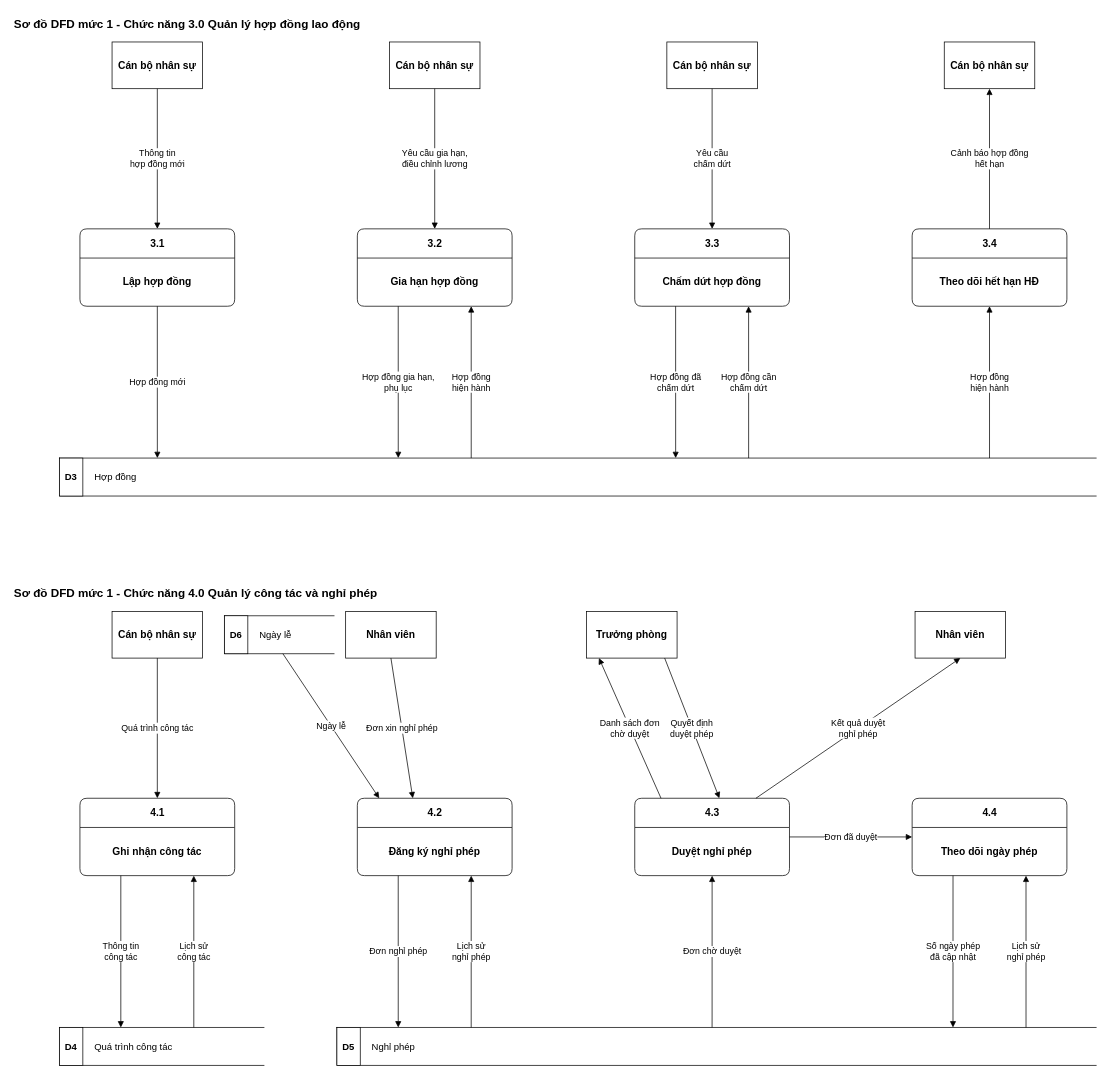
This is page "DFD muc 1 (3.0)" (6 of 10) of diagrams/bfd-dfd.drawio from ninhduo263/human-resource-management-system, a draw.io file, before an edit. Source tidied: cells renumbered, new cells numbered last; positions are measured from the earlier drawing's top-left corner, leaving out a move shared by most shapes. Both pictures are drawn from the tidied source at 73%, with x=0, y=0 at pixel (12, 12).
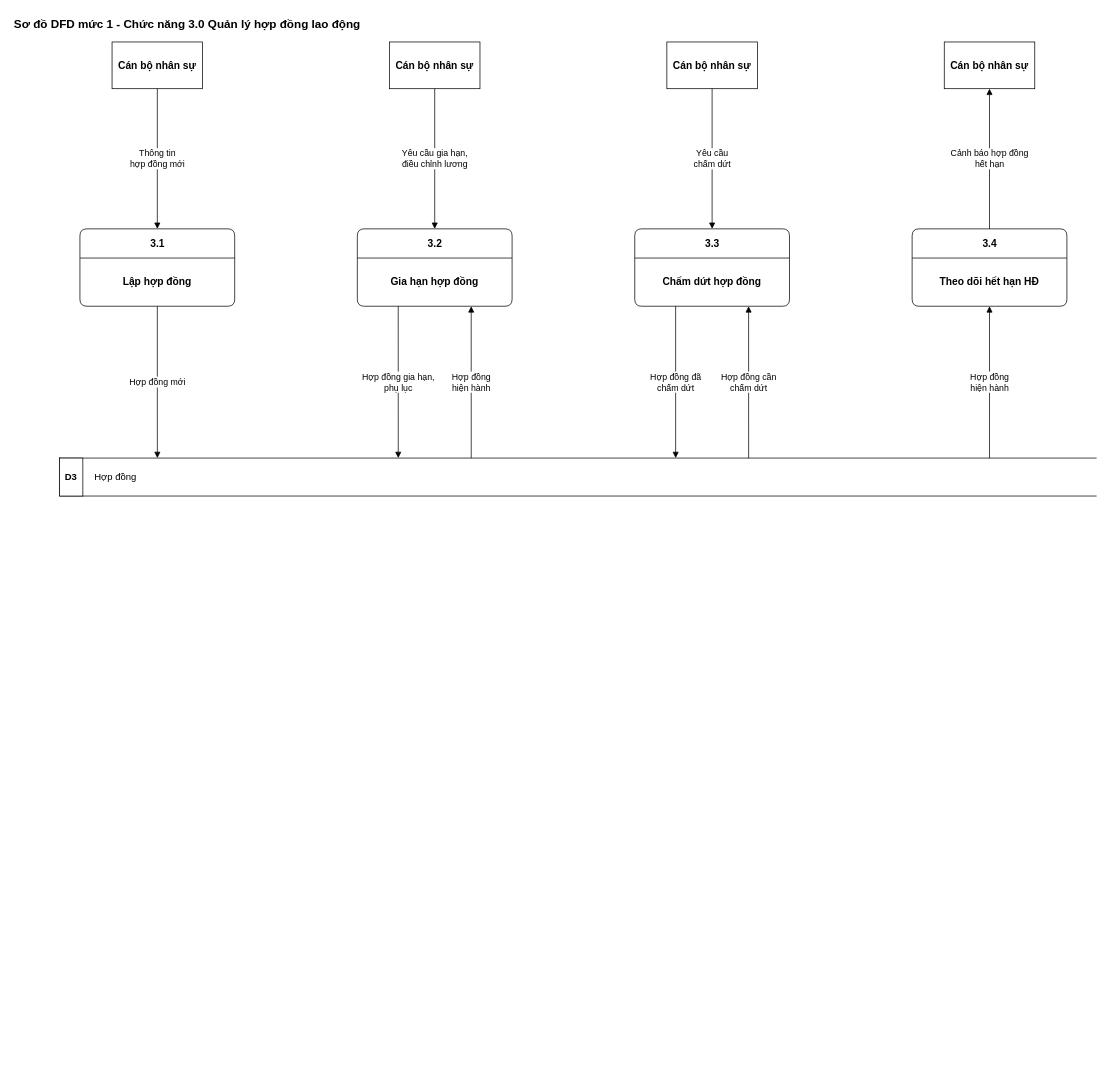
The same page after the edit.

What changed in the source:
```diff
@@
-    <mxCell id="27" value="Sơ đồ DFD mức 1 - Chức năng 4.0 Quản lý công tác và nghỉ phép" style="text;html=1;align=left;verticalAlign=middle;fontStyle=1;fontSize=16;fontFamily=Helvetica;" parent="1" vertex="1">
-      <mxGeometry y="780" width="900" height="30" as="geometry" />
-    </mxCell>
-    <mxCell id="28" value="4.1" style="swimlane;rounded=1;arcSize=8;startSize=40;html=1;fillColor=#FFFFFF;swimlaneFillColor=#FFFFFF;strokeColor=#000000;fontStyle=1;fontSize=14;fontFamily=Helvetica;" parent="1" vertex="1">
-      <mxGeometry x="92" y="1076" width="212" height="106" as="geometry" />
-    </mxCell>
-    <mxCell id="29" value="Ghi nhận công tác" style="text;html=1;align=center;verticalAlign=middle;whiteSpace=wrap;fontStyle=1;fontSize=14;fontFamily=Helvetica;" parent="28" vertex="1">
-      <mxGeometry y="40" width="212" height="66" as="geometry" />
-    </mxCell>
-    <mxCell id="30" value="4.2" style="swimlane;rounded=1;arcSize=8;startSize=40;html=1;fillColor=#FFFFFF;swimlaneFillColor=#FFFFFF;strokeColor=#000000;fontStyle=1;fontSize=14;fontFamily=Helvetica;" parent="1" vertex="1">
-      <mxGeometry x="472" y="1076" width="212" height="106" as="geometry" />
-    </mxCell>
-    <mxCell id="31" value="Đăng ký nghỉ phép" style="text;html=1;align=center;verticalAlign=middle;whiteSpace=wrap;fontStyle=1;fontSize=14;fontFamily=Helvetica;" parent="30" vertex="1">
-      <mxGeometry y="40" width="212" height="66" as="geometry" />
-    </mxCell>
-    <mxCell id="32" value="4.3" style="swimlane;rounded=1;arcSize=8;startSize=40;html=1;fillColor=#FFFFFF;swimlaneFillColor=#FFFFFF;strokeColor=#000000;fontStyle=1;fontSize=14;fontFamily=Helvetica;" parent="1" vertex="1">
-      <mxGeometry x="852" y="1076" width="212" height="106" as="geometry" />
-    </mxCell>
-    <mxCell id="33" value="Duyệt nghỉ phép" style="text;html=1;align=center;verticalAlign=middle;whiteSpace=wrap;fontStyle=1;fontSize=14;fontFamily=Helvetica;" parent="32" vertex="1">
-      <mxGeometry y="40" width="212" height="66" as="geometry" />
-    </mxCell>
-    <mxCell id="34" value="4.4" style="swimlane;rounded=1;arcSize=8;startSize=40;html=1;fillColor=#FFFFFF;swimlaneFillColor=#FFFFFF;strokeColor=#000000;fontStyle=1;fontSize=14;fontFamily=Helvetica;" parent="1" vertex="1">
-      <mxGeometry x="1232" y="1076" width="212" height="106" as="geometry" />
-    </mxCell>
-    <mxCell id="35" value="Theo dõi ngày phép" style="text;html=1;align=center;verticalAlign=middle;whiteSpace=wrap;fontStyle=1;fontSize=14;fontFamily=Helvetica;" parent="34" vertex="1">
-      <mxGeometry y="40" width="212" height="66" as="geometry" />
-    </mxCell>
-    <mxCell id="36" value="Cán bộ nhân sự" style="rounded=0;whiteSpace=wrap;html=1;fontStyle=1;fontSize=14;strokeColor=#000000;fillColor=#FFFFFF;fontFamily=Helvetica;" parent="1" vertex="1">
-      <mxGeometry x="136" y="820" width="124" height="64" as="geometry" />
-    </mxCell>
-    <mxCell id="37" value="Nhân viên" style="rounded=0;whiteSpace=wrap;html=1;fontStyle=1;fontSize=14;strokeColor=#000000;fillColor=#FFFFFF;fontFamily=Helvetica;" parent="1" vertex="1">
-      <mxGeometry x="456" y="820" width="124" height="64" as="geometry" />
-    </mxCell>
-    <mxCell id="38" value="Trưởng phòng" style="rounded=0;whiteSpace=wrap;html=1;fontStyle=1;fontSize=14;strokeColor=#000000;fillColor=#FFFFFF;fontFamily=Helvetica;" parent="1" vertex="1">
-      <mxGeometry x="786" y="820" width="124" height="64" as="geometry" />
-    </mxCell>
-    <mxCell id="39" value="Nhân viên" style="rounded=0;whiteSpace=wrap;html=1;fontStyle=1;fontSize=14;strokeColor=#000000;fillColor=#FFFFFF;fontFamily=Helvetica;" parent="1" vertex="1">
-      <mxGeometry x="1236" y="820" width="124" height="64" as="geometry" />
-    </mxCell>
-    <mxCell id="40" value="Quá trình công tác" style="shape=partialRectangle;whiteSpace=wrap;html=1;right=0;align=left;spacingLeft=46;fillColor=#FFFFFF;strokeColor=#000000;fontSize=13;fontFamily=Helvetica;" parent="1" vertex="1">
-      <mxGeometry x="64" y="1390" width="280" height="52" as="geometry" />
-    </mxCell>
-    <mxCell id="41" value="D4" style="rounded=0;whiteSpace=wrap;html=1;fillColor=#FFFFFF;strokeColor=#000000;fontStyle=1;fontSize=13;fontFamily=Helvetica;" parent="1" vertex="1">
-      <mxGeometry x="64" y="1390" width="32" height="52" as="geometry" />
-    </mxCell>
-    <mxCell id="42" value="Nghỉ phép" style="shape=partialRectangle;whiteSpace=wrap;html=1;right=0;align=left;spacingLeft=46;fillColor=#FFFFFF;strokeColor=#000000;fontSize=13;fontFamily=Helvetica;" parent="1" vertex="1">
-      <mxGeometry x="444" y="1390" width="1040" height="52" as="geometry" />
-    </mxCell>
-    <mxCell id="43" value="D5" style="rounded=0;whiteSpace=wrap;html=1;fillColor=#FFFFFF;strokeColor=#000000;fontStyle=1;fontSize=13;fontFamily=Helvetica;" parent="1" vertex="1">
-      <mxGeometry x="444" y="1390" width="32" height="52" as="geometry" />
-    </mxCell>
-    <mxCell id="44" value="Quá trình công tác" style="endArrow=block;endFill=1;html=1;rounded=0;fontSize=12;labelBackgroundColor=#FFFFFF;fontFamily=Helvetica;exitX=0.5;exitY=1.0;entryX=0.5;entryY=0.0;exitDx=0;exitDy=0;entryDx=0;entryDy=0;" parent="1" edge="1" source="36" target="28">
-      <mxGeometry relative="1" as="geometry" />
-    </mxCell>
-    <mxCell id="45" value="Đơn xin nghỉ phép" style="endArrow=block;endFill=1;html=1;rounded=0;fontSize=12;labelBackgroundColor=#FFFFFF;fontFamily=Helvetica;exitX=0.5;exitY=1.0;entryX=0.3585;entryY=0.0;exitDx=0;exitDy=0;entryDx=0;entryDy=0;" parent="1" edge="1" source="37" target="30">
-      <mxGeometry relative="1" as="geometry" />
-    </mxCell>
-    <mxCell id="46" value="Danh sách đơn&#10;chờ duyệt" style="endArrow=block;endFill=1;html=1;rounded=0;fontSize=12;labelBackgroundColor=#FFFFFF;fontFamily=Helvetica;exitX=0.1698;exitY=0.0;entryX=0.1371;entryY=1.0;exitDx=0;exitDy=0;entryDx=0;entryDy=0;" parent="1" edge="1" source="32" target="38">
-      <mxGeometry relative="1" as="geometry" />
-    </mxCell>
-    <mxCell id="47" value="Quyết định&#10;duyệt phép" style="endArrow=block;endFill=1;html=1;rounded=0;fontSize=12;labelBackgroundColor=#FFFFFF;fontFamily=Helvetica;exitX=0.8629;exitY=1.0;entryX=0.5472;entryY=0.0;exitDx=0;exitDy=0;entryDx=0;entryDy=0;" parent="1" edge="1" source="38" target="32">
-      <mxGeometry relative="1" as="geometry" />
-    </mxCell>
-    <mxCell id="48" value="Kết quả duyệt&#10;nghỉ phép" style="endArrow=block;endFill=1;html=1;rounded=0;fontSize=12;labelBackgroundColor=#FFFFFF;fontFamily=Helvetica;exitX=0.783;exitY=0.0;entryX=0.5;entryY=1.0;exitDx=0;exitDy=0;entryDx=0;entryDy=0;" parent="1" edge="1" source="32" target="39">
-      <mxGeometry relative="1" as="geometry" />
-    </mxCell>
-    <mxCell id="49" value="Thông tin&#10;công tác" style="endArrow=block;endFill=1;html=1;rounded=0;fontSize=12;labelBackgroundColor=#FFFFFF;fontFamily=Helvetica;exitX=0.2642;exitY=1.0;entryX=0.3;entryY=0.0;exitDx=0;exitDy=0;entryDx=0;entryDy=0;" parent="1" edge="1" source="28" target="40">
-      <mxGeometry relative="1" as="geometry" />
-    </mxCell>
-    <mxCell id="50" value="Lịch sử&#10;công tác" style="endArrow=block;endFill=1;html=1;rounded=0;fontSize=12;labelBackgroundColor=#FFFFFF;fontFamily=Helvetica;exitX=0.6571;exitY=0.0;entryX=0.7358;entryY=1.0;exitDx=0;exitDy=0;entryDx=0;entryDy=0;" parent="1" edge="1" source="40" target="28">
-      <mxGeometry relative="1" as="geometry" />
-    </mxCell>
-    <mxCell id="51" value="Đơn nghỉ phép" style="endArrow=block;endFill=1;html=1;rounded=0;fontSize=12;labelBackgroundColor=#FFFFFF;fontFamily=Helvetica;exitX=0.2642;exitY=1.0;entryX=0.0808;entryY=0.0;exitDx=0;exitDy=0;entryDx=0;entryDy=0;" parent="1" edge="1" source="30" target="42">
-      <mxGeometry relative="1" as="geometry" />
-    </mxCell>
-    <mxCell id="52" value="Lịch sử&#10;nghỉ phép" style="endArrow=block;endFill=1;html=1;rounded=0;fontSize=12;labelBackgroundColor=#FFFFFF;fontFamily=Helvetica;exitX=0.1769;exitY=0.0;entryX=0.7358;entryY=1.0;exitDx=0;exitDy=0;entryDx=0;entryDy=0;" parent="1" edge="1" source="42" target="30">
-      <mxGeometry relative="1" as="geometry" />
-    </mxCell>
-    <mxCell id="53" value="Đơn chờ duyệt" style="endArrow=block;endFill=1;html=1;rounded=0;fontSize=12;labelBackgroundColor=#FFFFFF;fontFamily=Helvetica;exitX=0.4942;exitY=0.0;entryX=0.5;entryY=1.0;exitDx=0;exitDy=0;entryDx=0;entryDy=0;" parent="1" edge="1" source="42" target="32">
-      <mxGeometry relative="1" as="geometry" />
-    </mxCell>
-    <mxCell id="54" value="Đơn đã duyệt" style="endArrow=block;endFill=1;html=1;rounded=0;fontSize=12;labelBackgroundColor=#FFFFFF;fontFamily=Helvetica;exitX=1.0;exitY=0.5;entryX=0.0;entryY=0.5;exitDx=0;exitDy=0;entryDx=0;entryDy=0;" parent="1" edge="1" source="32" target="34">
-      <mxGeometry relative="1" as="geometry" />
-    </mxCell>
-    <mxCell id="55" value="Số ngày phép&#10;đã cập nhật" style="endArrow=block;endFill=1;html=1;rounded=0;fontSize=12;labelBackgroundColor=#FFFFFF;fontFamily=Helvetica;exitX=0.2642;exitY=1.0;entryX=0.8115;entryY=0.0;exitDx=0;exitDy=0;entryDx=0;entryDy=0;" parent="1" edge="1" source="34" target="42">
-      <mxGeometry relative="1" as="geometry" />
-    </mxCell>
-    <mxCell id="56" value="Lịch sử&#10;nghỉ phép" style="endArrow=block;endFill=1;html=1;rounded=0;fontSize=12;labelBackgroundColor=#FFFFFF;fontFamily=Helvetica;exitX=0.9077;exitY=0.0;entryX=0.7358;entryY=1.0;exitDx=0;exitDy=0;entryDx=0;entryDy=0;" parent="1" edge="1" source="42" target="34">
-      <mxGeometry relative="1" as="geometry" />
-    </mxCell>
-    <mxCell id="57" value="Ngày lễ" style="shape=partialRectangle;whiteSpace=wrap;html=1;right=0;align=left;spacingLeft=46;fillColor=#FFFFFF;strokeColor=#000000;fontSize=13;fontFamily=Helvetica;" parent="1" vertex="1">
-      <mxGeometry x="290" y="826" width="150" height="52" as="geometry" />
-    </mxCell>
-    <mxCell id="58" value="D6" style="rounded=0;whiteSpace=wrap;html=1;fillColor=#FFFFFF;strokeColor=#000000;fontStyle=1;fontSize=13;fontFamily=Helvetica;" parent="1" vertex="1">
-      <mxGeometry x="290" y="826" width="32" height="52" as="geometry" />
-    </mxCell>
-    <mxCell id="59" value="Ngày lễ" style="endArrow=block;endFill=1;html=1;rounded=0;fontSize=12;labelBackgroundColor=#FFFFFF;fontFamily=Helvetica;exitX=0.5333;exitY=1.0;entryX=0.1415;entryY=0.0;exitDx=0;exitDy=0;entryDx=0;entryDy=0;" parent="1" edge="1" source="57" target="30">
-      <mxGeometry relative="1" as="geometry" />
-    </mxCell>
```
